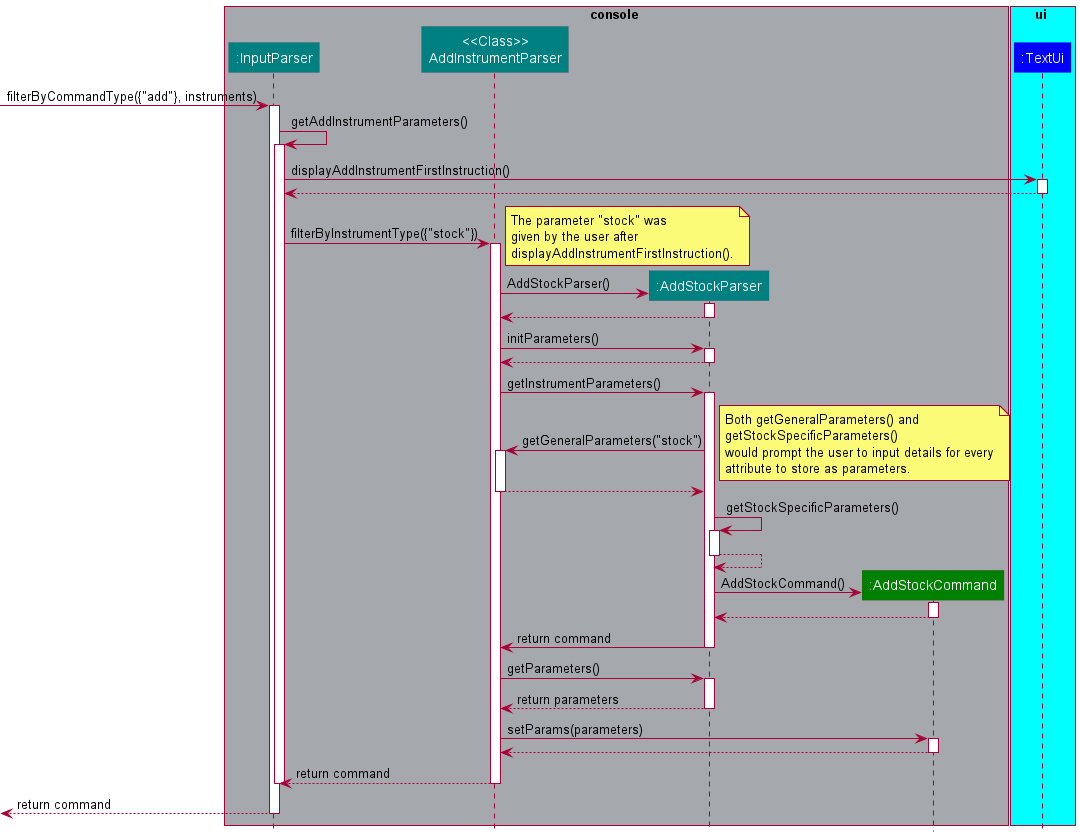
The PlantUML diagram docs/images/AddStockSequenceDiagram.png in williamlamjy/mTracker, before a commit. The source it was exported from:
```plantuml
@startuml
!include Styles.puml

box console COLOR_GREY
participant ":InputParser" as InputParser COLOR_CONSOLE
participant "<<Class>>\nAddInstrumentParser" as AddInstrumentParser COLOR_CONSOLE
participant ":AddStockParser" as AddStockParser COLOR_CONSOLE
participant ":AddStockCommand" as AddStockCommand COLOR_COMMANDS
end box

box ui COLOR_LIGHT_BLUE
participant ":TextUi" as TextUi COLOR_UI
end box

[-> InputParser : filterByCommandType({"add"}, instruments)
activate InputParser

InputParser -> InputParser : getAddInstrumentParameters()
activate InputParser

InputParser -> TextUi : displayAddInstrumentFirstInstruction()
activate TextUi

TextUi --> InputParser
deactivate TextUi

InputParser -> AddInstrumentParser : filterByInstrumentType({"stock"})
activate AddInstrumentParser

note right
The parameter "stock" was
given by the user after
displayAddInstrumentFirstInstruction().
end note

create AddStockParser
AddInstrumentParser -> AddStockParser : AddStockParser()
activate AddStockParser

AddStockParser --> AddInstrumentParser
deactivate AddStockParser

AddInstrumentParser -> AddStockParser : initParameters()
activate AddStockParser
AddStockParser --> AddInstrumentParser
deactivate AddStockParser

AddInstrumentParser -> AddStockParser : getInstrumentParameters()
activate AddStockParser
AddStockParser -> AddInstrumentParser : getGeneralParameters("stock")

note right
Both getGeneralParameters() and
getStockSpecificParameters()
would prompt the user to input details for every
attribute to store as parameters.
end note

activate AddInstrumentParser
AddInstrumentParser --> AddStockParser
deactivate AddInstrumentParser

AddStockParser -> AddStockParser : getStockSpecificParameters()
activate AddStockParser
AddStockParser --> AddStockParser
deactivate AddStockParser

create AddStockCommand
AddStockParser -> AddStockCommand : AddStockCommand()
activate AddStockCommand
AddStockCommand --> AddStockParser
deactivate AddStockCommand

AddStockParser -> AddInstrumentParser : return command
deactivate AddStockParser

AddInstrumentParser -> AddStockParser : getParameters()
activate AddStockParser
AddStockParser --> AddInstrumentParser : return parameters
deactivate AddStockParser

AddInstrumentParser -> AddStockCommand : setParams(parameters)
activate AddStockCommand
AddStockCommand --> AddInstrumentParser
deactivate AddStockCommand

AddInstrumentParser --> InputParser : return command
deactivate AddInstrumentParser
deactivate InputParser
[<-- InputParser : return command
deactivate InputParser

@enduml
```
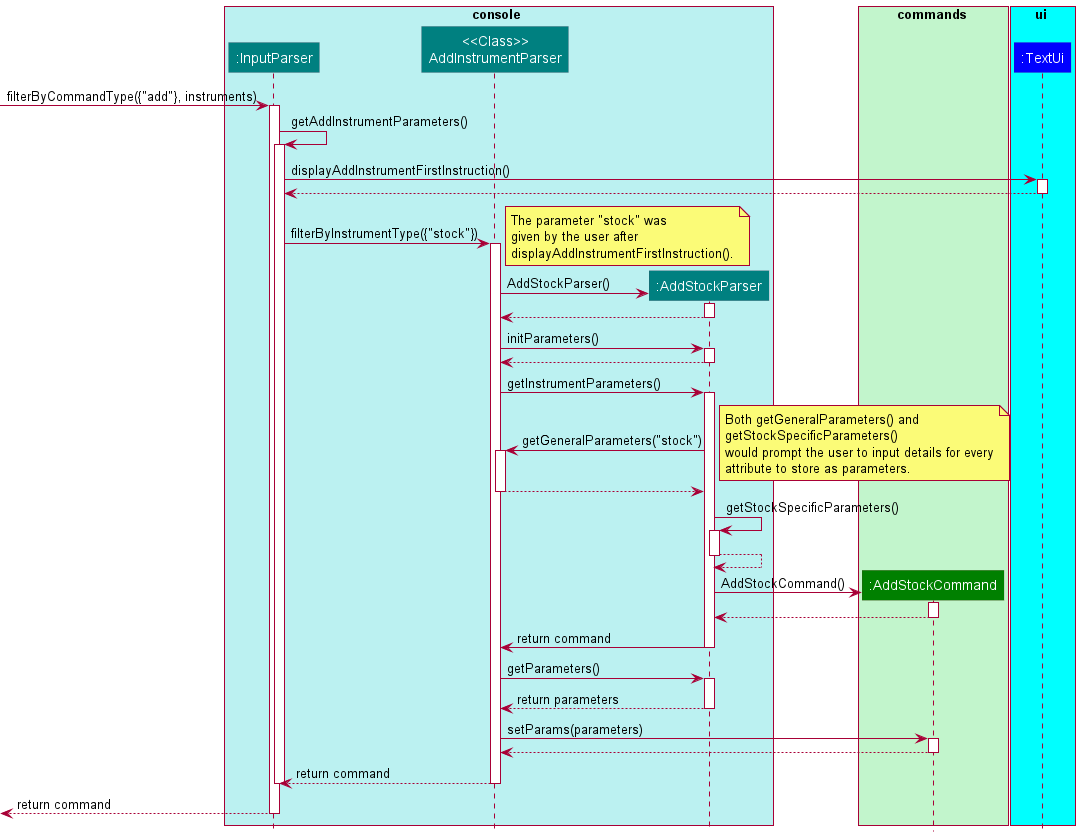
Later version of the same file.

The edit, as a diff of the source:
```diff
@@ -1,16 +1,21 @@
 @startuml
 !include Styles.puml
 
-box console COLOR_GREY
+box console COLOR_CONSOLE_SEGMENT
 participant ":InputParser" as InputParser COLOR_CONSOLE
 participant "<<Class>>\nAddInstrumentParser" as AddInstrumentParser COLOR_CONSOLE
 participant ":AddStockParser" as AddStockParser COLOR_CONSOLE
 participant ":AddStockCommand" as AddStockCommand COLOR_COMMANDS
 end box
 
+box commands COLOR_FAINT_GREEN
+participant ":AddStockCommand" as AddStockCommand COLOR_FAINT_GREEN
+end box
+
 box ui COLOR_LIGHT_BLUE
 participant ":TextUi" as TextUi COLOR_UI
 end box
+
 
 [-> InputParser : filterByCommandType({"add"}, instruments)
 activate InputParser
```
